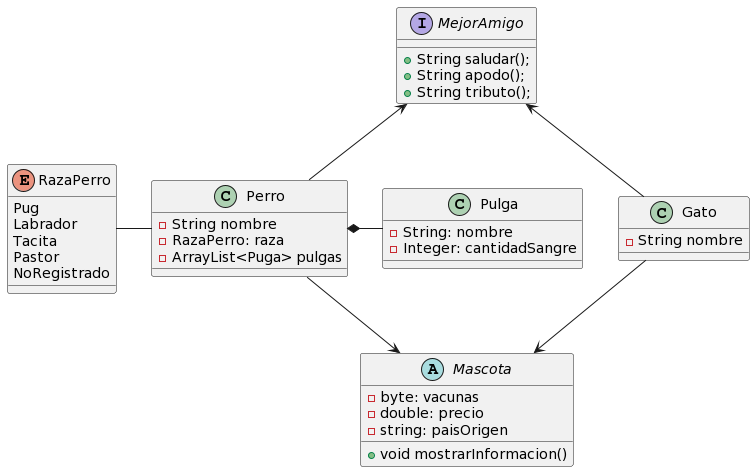
Before: DiagramaClases.png, a diagram exported from PlantUML (alexnt4/Miniproyecto1).
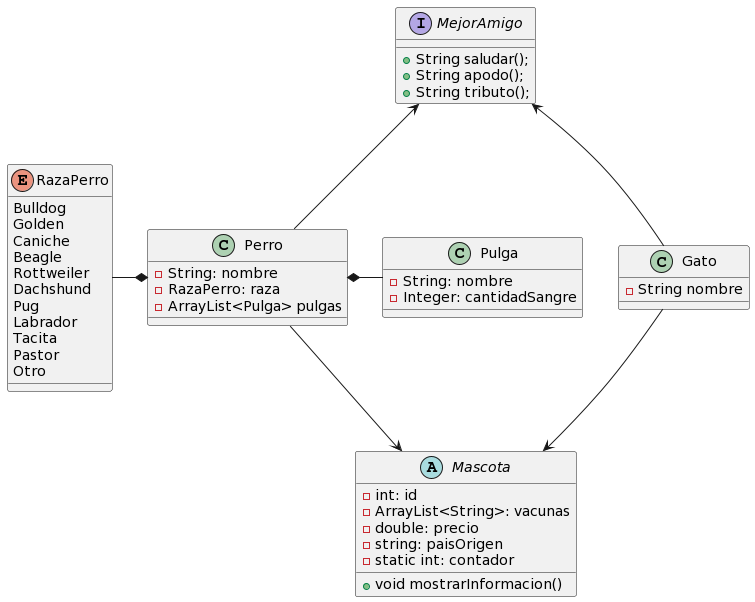
Later version of the same file.

Change to the diagram source:
```diff
@@ -1,15 +1,17 @@
 @startuml
 abstract Mascota{
-    -byte: vacunas
+    -int: id
+    -ArrayList<String>: vacunas
     -double: precio
     -string: paisOrigen
+    -static int: contador
     +void mostrarInformacion()
 }
 
 class Perro{
-    -String nombre
+    -String: nombre
     -RazaPerro: raza
-    -ArrayList<Puga> pulgas
+    -ArrayList<Pulga> pulgas
 }
 
 class Gato{
@@ -18,11 +20,17 @@
 }
 
 enum RazaPerro {
+    Bulldog
+    Golden
+    Caniche
+    Beagle
+    Rottweiler
+    Dachshund
     Pug
     Labrador
     Tacita
     Pastor
-    NoRegistrado
+    Otro
 }
 
 class Pulga{
@@ -39,7 +47,7 @@
 
 Mascota <-up- Perro
 Mascota <-up- Gato
-Perro -left- RazaPerro
+Perro *-left- RazaPerro
 MejorAmigo <-down- Perro
 MejorAmigo <-down- Gato
 Perro *-right- Pulga
```
